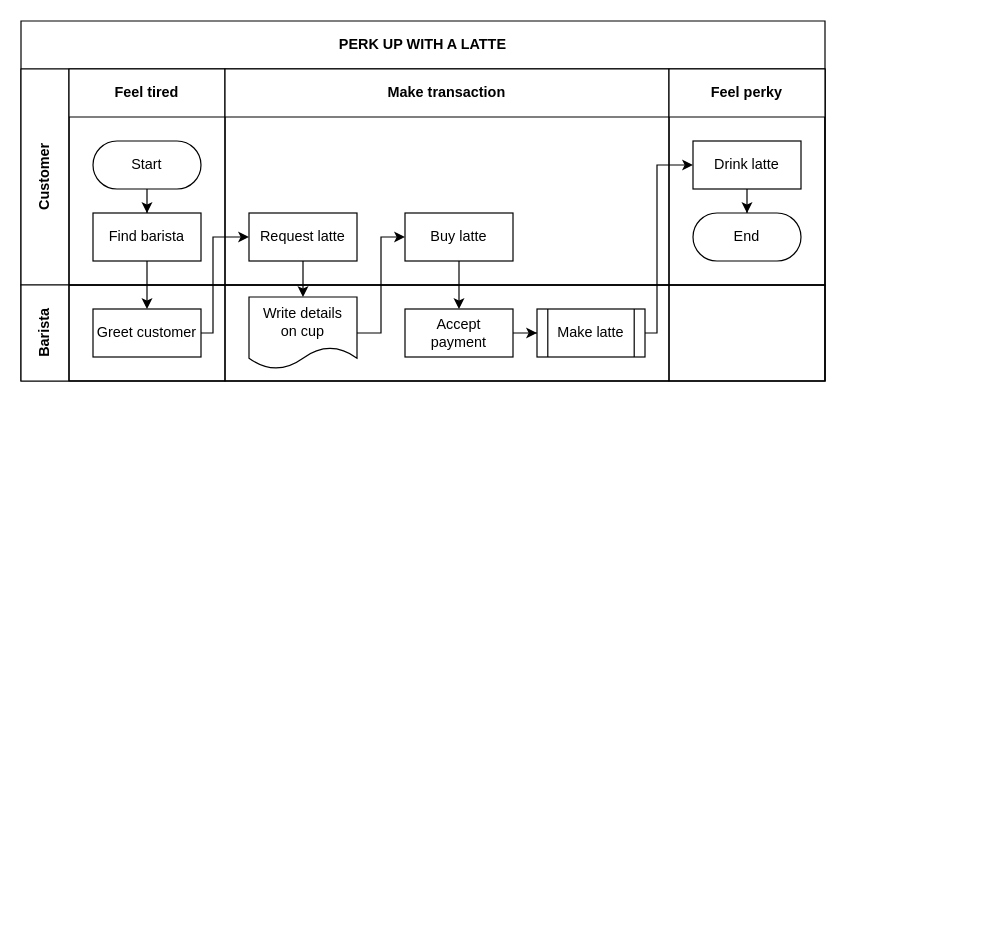
Before: Untitled Diagram.drawio in y-onekey/gel_gel_m_v1, a draw.io diagram. Source tidied: cells renumbered, new cells numbered last; positions are measured from the earlier drawing's top-left corner, leaving out a move shared by most shapes. Both pictures are drawn from the tidied source at 120%, with x=0, y=0 at pixel (20, 20).
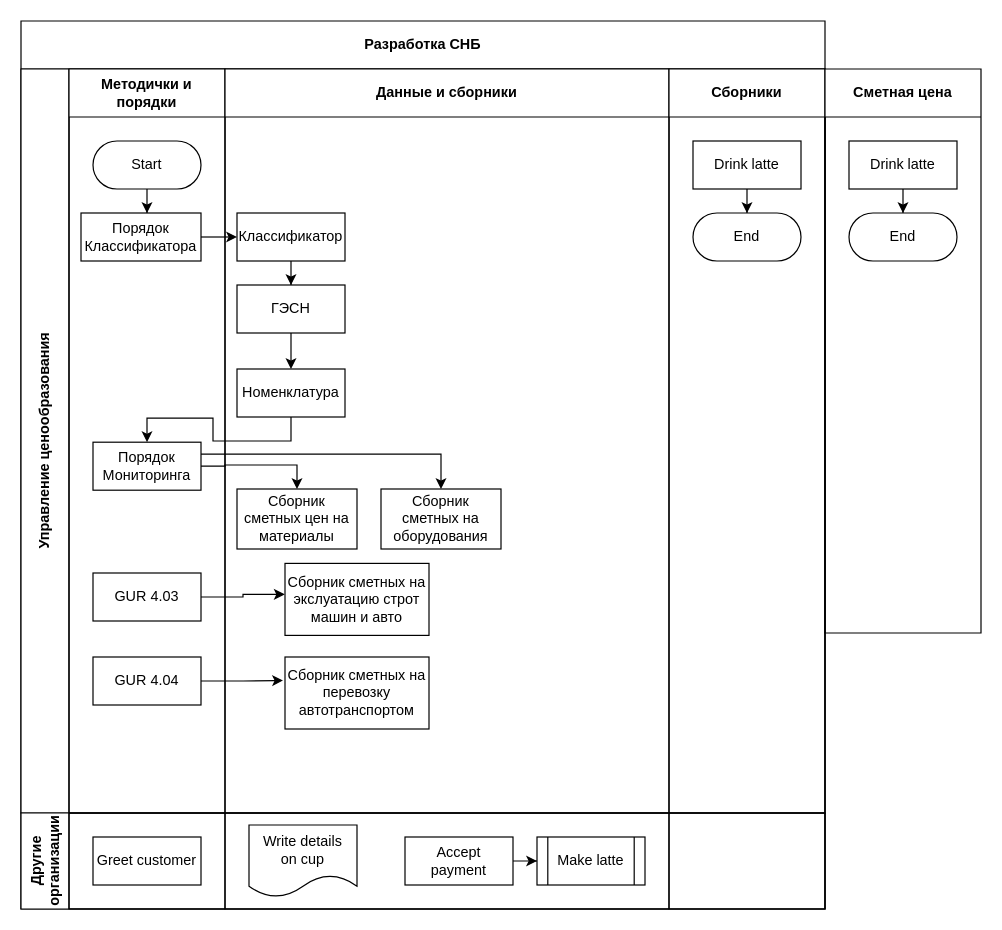
The same diagram, later.

Unchanged cells that the change refers to:
```xml
<mxCell id="7" value="Start" style="rounded=1;whiteSpace=wrap;html=1;arcSize=50;" parent="5" vertex="1">
  <mxGeometry x="20" y="60" width="90" height="40" as="geometry" />
</mxCell>
<mxCell id="14" value="Drink latte" style="rounded=0;whiteSpace=wrap;html=1;" parent="12" vertex="1">
  <mxGeometry x="20" y="60" width="90" height="40" as="geometry" />
</mxCell>
<mxCell id="18" value="Greet customer" style="rounded=0;whiteSpace=wrap;html=1;" parent="17" vertex="1">
  <mxGeometry x="20" y="20" width="90" height="40" as="geometry" />
</mxCell>
<mxCell id="21" value="Accept&lt;br&gt;payment" style="rounded=0;whiteSpace=wrap;html=1;" parent="19" vertex="1">
  <mxGeometry x="150" y="20" width="90" height="40" as="geometry" />
</mxCell>
<mxCell id="22" value="Write details&lt;br&gt;on cup" style="shape=document;whiteSpace=wrap;html=1;boundedLbl=1;" parent="19" vertex="1">
  <mxGeometry x="20" y="10" width="90" height="60" as="geometry" />
</mxCell>
<mxCell id="23" value="Make latte" style="shape=process;whiteSpace=wrap;html=1;backgroundOutline=1;" parent="19" vertex="1">
  <mxGeometry x="260" y="20" width="90" height="40" as="geometry" />
</mxCell>
```

Change to the diagram source:
```diff
@@
-    <mxCell id="2" value="PERK UP WITH A LATTE" style="shape=table;childLayout=tableLayout;rowLines=0;columnLines=0;startSize=40;html=1;whiteSpace=wrap;fontStyle=1;" parent="1" vertex="1">
-      <mxGeometry width="670" height="300" as="geometry" />
+    <mxCell id="2" value="Разработка СНБ" style="shape=table;childLayout=tableLayout;rowLines=0;columnLines=0;startSize=40;html=1;whiteSpace=wrap;fontStyle=1;" parent="1" vertex="1">
+      <mxGeometry width="670" height="740" as="geometry" />
     </mxCell>
-    <mxCell id="3" style="edgeStyle=orthogonalEdgeStyle;rounded=0;jettySize=auto;html=1;" parent="2" edge="1" source="8" target="18">
-      <mxGeometry relative="1" as="geometry" />
-    </mxCell>
-    <mxCell id="4" value="Customer" style="swimlane;horizontal=0;startSize=40;html=1;whiteSpace=wrap;" parent="2" vertex="1">
-      <mxGeometry y="40" width="670" height="180" as="geometry" />
+    <mxCell id="4" value="Управление ценообразования" style="swimlane;horizontal=0;startSize=40;html=1;whiteSpace=wrap;" parent="2" vertex="1">
+      <mxGeometry y="40" width="670" height="620" as="geometry" />
     </mxCell>
-    <mxCell id="5" value="Feel tired" style="swimlane;startSize=40;html=1;whiteSpace=wrap;" parent="4" vertex="1">
-      <mxGeometry x="40" width="130" height="180" as="geometry" />
+    <mxCell id="5" value="Методички и порядки" style="swimlane;startSize=40;html=1;whiteSpace=wrap;" parent="4" vertex="1">
+      <mxGeometry x="40" width="130" height="620" as="geometry" />
     </mxCell>
-    <mxCell id="6" style="edgeStyle=orthogonalEdgeStyle;rounded=0;jettySize=auto;html=1;" parent="5" edge="1" source="7" target="8">
+    <mxCell id="6" style="edgeStyle=orthogonalEdgeStyle;rounded=0;jettySize=auto;html=1;entryX=0.55;entryY=0;entryDx=0;entryDy=0;entryPerimeter=0;" parent="5" edge="1" source="7" target="8">
       <mxGeometry relative="1" as="geometry" />
     </mxCell>
@@
-    <mxCell id="8" value="Find barista" style="rounded=0;whiteSpace=wrap;html=1;" parent="5" vertex="1">
-      <mxGeometry x="20" y="120" width="90" height="40" as="geometry" />
+    <mxCell id="8" value="Порядок Классификатора" style="rounded=0;whiteSpace=wrap;html=1;" parent="5" vertex="1">
+      <mxGeometry x="10" y="120" width="100" height="40" as="geometry" />
     </mxCell>
+    <mxCell id="30" value="Порядок Мониторинга" style="rounded=0;whiteSpace=wrap;html=1;" parent="5" vertex="1">
+      <mxGeometry x="20" y="311" width="90" height="40" as="geometry" />
+    </mxCell>
+    <mxCell id="31" value="GUR 4.03" style="rounded=0;whiteSpace=wrap;html=1;" parent="5" vertex="1">
+      <mxGeometry x="20" y="420" width="90" height="40" as="geometry" />
+    </mxCell>
+    <mxCell id="32" value="GUR 4.04" style="rounded=0;whiteSpace=wrap;html=1;" parent="5" vertex="1">
+      <mxGeometry x="20" y="490" width="90" height="40" as="geometry" />
+    </mxCell>
-    <mxCell id="9" value="Make transaction" style="swimlane;startSize=40;html=1;whiteSpace=wrap;" parent="4" vertex="1">
-      <mxGeometry x="170" width="370" height="180" as="geometry" />
+    <mxCell id="9" value="Данные и сборники" style="swimlane;startSize=40;html=1;whiteSpace=wrap;" parent="4" vertex="1">
+      <mxGeometry x="170" width="370" height="620" as="geometry" />
     </mxCell>
-    <mxCell id="10" value="Request latte" style="rounded=0;whiteSpace=wrap;html=1;" parent="9" vertex="1">
-      <mxGeometry x="20" y="120" width="90" height="40" as="geometry" />
-    </mxCell>
-    <mxCell id="11" value="Buy latte" style="rounded=0;whiteSpace=wrap;html=1;" parent="9" vertex="1">
-      <mxGeometry x="150" y="120" width="90" height="40" as="geometry" />
-    </mxCell>
+    <mxCell id="33" style="edgeStyle=orthogonalEdgeStyle;rounded=0;jettySize=auto;html=1;entryX=0.5;entryY=0;entryDx=0;entryDy=0;" parent="9" edge="1" source="34" target="36">
+      <mxGeometry relative="1" as="geometry" />
+    </mxCell>
+    <mxCell id="34" value="Классификатор" style="rounded=0;whiteSpace=wrap;html=1;" parent="9" vertex="1">
+      <mxGeometry x="10" y="120" width="90" height="40" as="geometry" />
+    </mxCell>
+    <mxCell id="35" style="edgeStyle=orthogonalEdgeStyle;rounded=0;jettySize=auto;html=1;entryX=0.5;entryY=0;entryDx=0;entryDy=0;" parent="9" edge="1" source="36" target="37">
+      <mxGeometry relative="1" as="geometry" />
+    </mxCell>
+    <mxCell id="36" value="ГЭСН" style="rounded=0;whiteSpace=wrap;html=1;" parent="9" vertex="1">
+      <mxGeometry x="10" y="180" width="90" height="40" as="geometry" />
+    </mxCell>
+    <mxCell id="37" value="Номенклатура" style="rounded=0;whiteSpace=wrap;html=1;" parent="9" vertex="1">
+      <mxGeometry x="10" y="250" width="90" height="40" as="geometry" />
+    </mxCell>
+    <mxCell id="38" value="&lt;div&gt;Сборник сметных цен на материалы&lt;/div&gt;" style="rounded=0;whiteSpace=wrap;html=1;" parent="9" vertex="1">
+      <mxGeometry x="10" y="350" width="100" height="50" as="geometry" />
+    </mxCell>
+    <mxCell id="39" value="&lt;div&gt;Сборник сметных на оборудования&lt;br&gt;&lt;/div&gt;" style="rounded=0;whiteSpace=wrap;html=1;" parent="9" vertex="1">
+      <mxGeometry x="130" y="350" width="100" height="50" as="geometry" />
+    </mxCell>
+    <mxCell id="40" value="&lt;div&gt;Сборник сметных на экслуатацию строт машин и авто&lt;br&gt;&lt;/div&gt;" style="rounded=0;whiteSpace=wrap;html=1;" parent="9" vertex="1">
+      <mxGeometry x="50" y="412" width="120" height="60" as="geometry" />
+    </mxCell>
+    <mxCell id="41" value="&lt;div&gt;Сборник сметных на перевозку автотранспортом&lt;br&gt;&lt;/div&gt;" style="rounded=0;whiteSpace=wrap;html=1;" parent="9" vertex="1">
+      <mxGeometry x="50" y="490" width="120" height="60" as="geometry" />
+    </mxCell>
-    <mxCell id="12" value="Feel perky" style="swimlane;startSize=40;html=1;whiteSpace=wrap;" parent="4" vertex="1">
-      <mxGeometry x="540" width="130" height="180" as="geometry" />
+    <mxCell id="12" value="Сборники" style="swimlane;startSize=40;html=1;whiteSpace=wrap;" parent="4" vertex="1">
+      <mxGeometry x="540" width="130" height="620" as="geometry" />
     </mxCell>
@@
+    <mxCell id="42" style="edgeStyle=orthogonalEdgeStyle;rounded=0;jettySize=auto;html=1;exitX=1;exitY=0.5;exitDx=0;exitDy=0;entryX=0;entryY=0.5;entryDx=0;entryDy=0;" parent="4" edge="1" source="8" target="34">
+      <mxGeometry relative="1" as="geometry" />
+    </mxCell>
+    <mxCell id="43" style="edgeStyle=orthogonalEdgeStyle;rounded=0;jettySize=auto;html=1;exitX=0.5;exitY=1;exitDx=0;exitDy=0;entryX=0.5;entryY=0;entryDx=0;entryDy=0;" parent="4" edge="1" source="37" target="30">
+      <mxGeometry relative="1" as="geometry" />
+    </mxCell>
+    <mxCell id="44" style="edgeStyle=orthogonalEdgeStyle;rounded=0;jettySize=auto;html=1;exitX=1;exitY=0.25;exitDx=0;exitDy=0;entryX=0.5;entryY=0;entryDx=0;entryDy=0;" parent="4" edge="1" source="30" target="39">
+      <mxGeometry relative="1" as="geometry" />
+    </mxCell>
+    <mxCell id="45" style="edgeStyle=orthogonalEdgeStyle;rounded=0;jettySize=auto;html=1;entryX=0.5;entryY=0;entryDx=0;entryDy=0;" parent="4" edge="1" source="30" target="38">
+      <mxGeometry relative="1" as="geometry" />
+    </mxCell>
+    <mxCell id="46" style="edgeStyle=orthogonalEdgeStyle;rounded=0;jettySize=auto;html=1;entryX=-0.002;entryY=0.43;entryDx=0;entryDy=0;entryPerimeter=0;" parent="4" edge="1" source="31" target="40">
+      <mxGeometry relative="1" as="geometry" />
+    </mxCell>
+    <mxCell id="47" style="edgeStyle=orthogonalEdgeStyle;rounded=0;jettySize=auto;html=1;exitX=1;exitY=0.5;exitDx=0;exitDy=0;entryX=-0.014;entryY=0.326;entryDx=0;entryDy=0;entryPerimeter=0;" parent="4" edge="1" source="32" target="41">
+      <mxGeometry relative="1" as="geometry" />
+    </mxCell>
-    <mxCell id="16" value="Barista" style="swimlane;horizontal=0;startSize=40;html=1;whiteSpace=wrap;" parent="2" vertex="1">
-      <mxGeometry y="220" width="670" height="80" as="geometry" />
+    <mxCell id="16" value="Другие организации" style="swimlane;horizontal=0;startSize=40;html=1;whiteSpace=wrap;" parent="2" vertex="1">
+      <mxGeometry y="660" width="670" height="80" as="geometry" />
     </mxCell>
@@
-    <mxCell id="25" style="edgeStyle=orthogonalEdgeStyle;rounded=0;jettySize=auto;html=1;" parent="2" edge="1" source="18" target="10">
-      <mxGeometry relative="1" as="geometry">
-        <Array as="points">
-          <mxPoint x="160" y="260" />
-          <mxPoint x="160" y="180" />
-        </Array>
-      </mxGeometry>
-    </mxCell>
-    <mxCell id="26" style="edgeStyle=orthogonalEdgeStyle;rounded=0;jettySize=auto;html=1;" parent="2" edge="1" source="10" target="22">
-      <mxGeometry relative="1" as="geometry" />
-    </mxCell>
-    <mxCell id="27" style="edgeStyle=orthogonalEdgeStyle;rounded=0;jettySize=auto;html=1;" parent="2" edge="1" source="22" target="11">
-      <mxGeometry relative="1" as="geometry">
-        <Array as="points">
-          <mxPoint x="300" y="260" />
-          <mxPoint x="300" y="180" />
-        </Array>
-      </mxGeometry>
-    </mxCell>
-    <mxCell id="28" style="edgeStyle=orthogonalEdgeStyle;rounded=0;jettySize=auto;html=1;" parent="2" edge="1" source="11" target="21">
-      <mxGeometry relative="1" as="geometry" />
-    </mxCell>
-    <mxCell id="29" style="edgeStyle=orthogonalEdgeStyle;rounded=0;jettySize=auto;html=1;" parent="2" edge="1" source="23" target="14">
-      <mxGeometry relative="1" as="geometry">
-        <Array as="points">
-          <mxPoint x="530" y="260" />
-          <mxPoint x="530" y="120" />
-        </Array>
-      </mxGeometry>
-    </mxCell>
+    <mxCell id="48" value="Сметная цена" style="swimlane;startSize=40;html=1;whiteSpace=wrap;" parent="1" vertex="1">
+      <mxGeometry x="670" y="40" width="130" height="470" as="geometry" />
+    </mxCell>
+    <mxCell id="49" style="edgeStyle=orthogonalEdgeStyle;rounded=0;jettySize=auto;html=1;" parent="48" edge="1" source="50" target="51">
+      <mxGeometry relative="1" as="geometry" />
+    </mxCell>
+    <mxCell id="50" value="Drink latte" style="rounded=0;whiteSpace=wrap;html=1;" parent="48" vertex="1">
+      <mxGeometry x="20" y="60" width="90" height="40" as="geometry" />
+    </mxCell>
+    <mxCell id="51" value="End" style="rounded=1;whiteSpace=wrap;html=1;arcSize=50;" parent="48" vertex="1">
+      <mxGeometry x="20" y="120" width="90" height="40" as="geometry" />
+    </mxCell>
```
